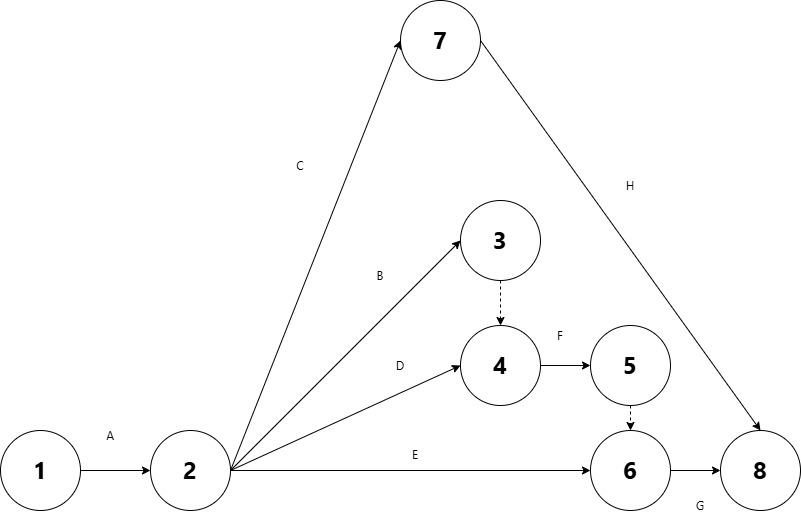
ishanpranav/opmg-1-operations-management keeps this draw.io diagram as images/homework-5-1.png. Above is the earlier version. Source tidied: cells renumbered, new cells last; positions are measured from the earlier drawing's top-left corner, leaving out a move shared by most shapes.
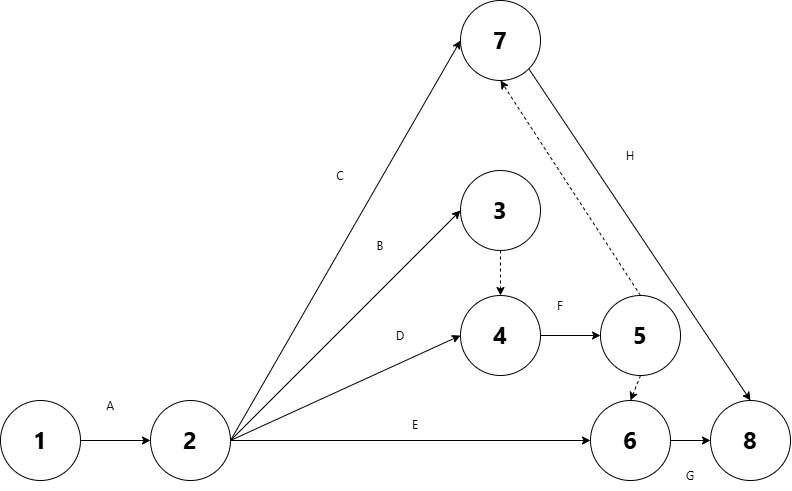
After the change.

Commit message:
Fix network diagram 5-1

What changed in the source:
```diff
@@ -9,7 +9,7 @@
       <mxGeometry x="460" y="200" width="80" height="80" as="geometry" />
     </mxCell>
     <mxCell id="4" value="&lt;h1&gt;&lt;font face=&quot;Segoe UI&quot;&gt;7&lt;/font&gt;&lt;/h1&gt;" style="ellipse;whiteSpace=wrap;html=1;" parent="1" vertex="1">
-      <mxGeometry x="400" width="80" height="80" as="geometry" />
+      <mxGeometry x="460" y="30" width="80" height="80" as="geometry" />
     </mxCell>
     <mxCell id="5" value="&lt;h1&gt;&lt;font face=&quot;Segoe UI&quot;&gt;4&lt;/font&gt;&lt;/h1&gt;" style="ellipse;whiteSpace=wrap;html=1;" parent="1" vertex="1">
       <mxGeometry x="460" y="325" width="80" height="80" as="geometry" />
@@ -36,7 +36,7 @@
       <mxGeometry x="350" y="260" width="60" height="30" as="geometry" />
     </mxCell>
     <mxCell id="13" value="C" style="text;html=1;align=center;verticalAlign=middle;whiteSpace=wrap;rounded=0;fontFamily=Segoe UI;" parent="1" vertex="1">
-      <mxGeometry x="270" y="150" width="60" height="30" as="geometry" />
+      <mxGeometry x="310" y="190" width="60" height="30" as="geometry" />
     </mxCell>
     <mxCell id="14" value="D" style="text;html=1;align=center;verticalAlign=middle;whiteSpace=wrap;rounded=0;fontFamily=Segoe UI;" parent="1" vertex="1">
       <mxGeometry x="370" y="350" width="60" height="30" as="geometry" />
@@ -57,13 +57,13 @@
       <mxGeometry relative="1" as="geometry" />
     </mxCell>
     <mxCell id="20" value="&lt;h1&gt;&lt;font face=&quot;Segoe UI&quot;&gt;5&lt;/font&gt;&lt;/h1&gt;" style="ellipse;whiteSpace=wrap;html=1;" parent="1" vertex="1">
-      <mxGeometry x="590" y="325" width="80" height="80" as="geometry" />
+      <mxGeometry x="600" y="325" width="80" height="80" as="geometry" />
     </mxCell>
     <mxCell id="21" value="F" style="text;html=1;align=center;verticalAlign=middle;whiteSpace=wrap;rounded=0;fontFamily=Segoe UI;" parent="1" vertex="1">
       <mxGeometry x="530" y="320" width="60" height="30" as="geometry" />
     </mxCell>
     <mxCell id="22" value="G" style="text;html=1;align=center;verticalAlign=middle;whiteSpace=wrap;rounded=0;fontFamily=Segoe UI;" parent="1" vertex="1">
-      <mxGeometry x="670" y="490" width="60" height="30" as="geometry" />
+      <mxGeometry x="660" y="490" width="60" height="30" as="geometry" />
     </mxCell>
     <mxCell id="23" style="endArrow=classic;html=1;rounded=0;exitX=1;exitY=0.5;exitDx=0;exitDy=0;entryX=0;entryY=0.5;entryDx=0;entryDy=0;" parent="1" edge="1" source="6" target="25">
       <mxGeometry relative="1" as="geometry" />
@@ -72,9 +72,9 @@
       <mxGeometry x="600" y="170" width="60" height="30" as="geometry" />
     </mxCell>
     <mxCell id="25" value="&lt;h1&gt;&lt;font face=&quot;Segoe UI&quot;&gt;8&lt;/font&gt;&lt;/h1&gt;" style="ellipse;whiteSpace=wrap;html=1;" parent="1" vertex="1">
-      <mxGeometry x="720" y="430" width="80" height="80" as="geometry" />
+      <mxGeometry x="710" y="430" width="80" height="80" as="geometry" />
     </mxCell>
-    <mxCell id="26" style="endArrow=classic;html=1;rounded=0;exitX=1;exitY=0.5;exitDx=0;exitDy=0;entryX=0.5;entryY=0;entryDx=0;entryDy=0;" parent="1" edge="1" source="4" target="25">
+    <mxCell id="26" style="endArrow=classic;html=1;rounded=0;exitX=1;exitY=1;exitDx=0;exitDy=0;entryX=0.5;entryY=0;entryDx=0;entryDy=0;" parent="1" edge="1" source="4" target="25">
       <mxGeometry relative="1" as="geometry" />
     </mxCell>
     <mxCell id="27" style="endArrow=classic;html=1;rounded=0;exitX=0.5;exitY=1;exitDx=0;exitDy=0;entryX=0.5;entryY=0;entryDx=0;entryDy=0;dashed=1;" parent="1" edge="1" source="20" target="6">
@@ -83,5 +83,8 @@
     <mxCell id="28" style="edgeStyle=orthogonalEdgeStyle;rounded=0;orthogonalLoop=1;jettySize=auto;html=1;exitX=0.5;exitY=1;exitDx=0;exitDy=0;" parent="1" edge="1" source="13" target="13">
       <mxGeometry relative="1" as="geometry" />
     </mxCell>
+    <mxCell id="29" style="endArrow=classic;html=1;rounded=0;exitX=0.5;exitY=0;exitDx=0;exitDy=0;entryX=0.5;entryY=1;entryDx=0;entryDy=0;dashed=1;" parent="1" edge="1" source="20" target="4">
+      <mxGeometry relative="1" as="geometry" />
+    </mxCell>
   </root>
 </mxGraphModel>
```
